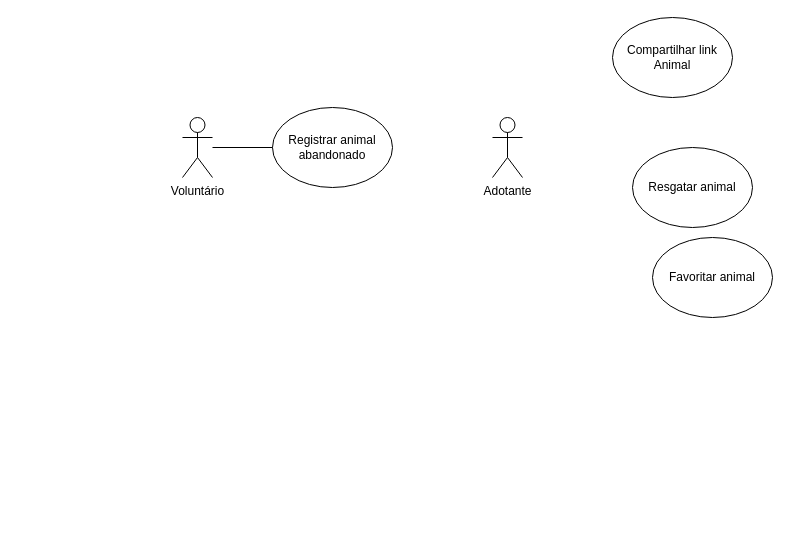
Above: diagrama de caso de uso.drawio in JoaoGans/DRAW.tcc (draw.io), before the change. Source tidied: cells renumbered, new cells numbered last; positions are measured from the earlier drawing's top-left corner, leaving out a move shared by most shapes. Both pictures are drawn from the tidied source at 100%, with x=0, y=0 at pixel (182, 17).
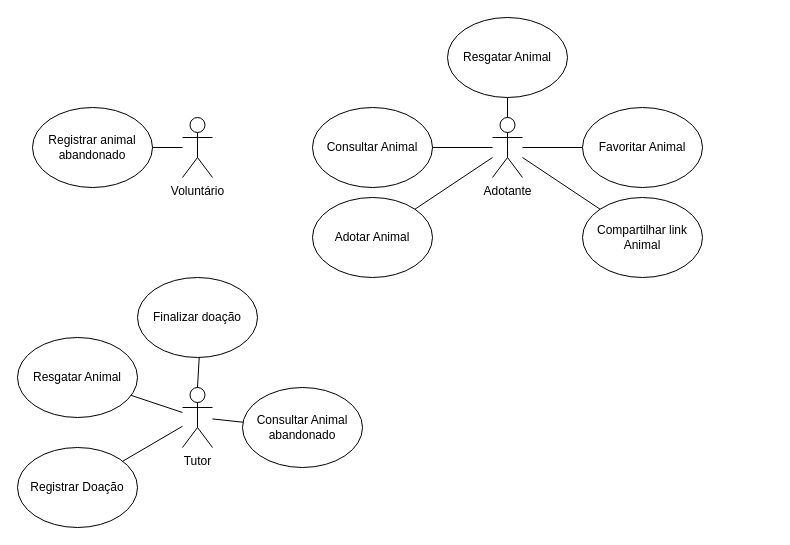
Above is the later version.

Unchanged cells that the change refers to:
```xml
<mxCell id="5" value="Adotante" style="shape=umlActor;verticalLabelPosition=bottom;verticalAlign=top;html=1;outlineConnect=0;" parent="1" vertex="1">
  <mxGeometry x="310" y="100" width="30" height="60" as="geometry" />
</mxCell>
```

Diff of the diagram source:
```diff
@@
     <mxCell id="3" value="Registrar animal abandonado" style="ellipse;whiteSpace=wrap;html=1;" parent="1" vertex="1">
-      <mxGeometry x="90" y="90" width="120" height="80" as="geometry" />
+      <mxGeometry x="-150" y="90" width="120" height="80" as="geometry" />
     </mxCell>
@@
-    <mxCell id="6" value="Resgatar animal" style="ellipse;whiteSpace=wrap;html=1;" parent="1" vertex="1">
-      <mxGeometry x="450" y="130" width="120" height="80" as="geometry" />
+    <mxCell id="6" value="Resgatar Animal" style="ellipse;whiteSpace=wrap;html=1;" parent="1" vertex="1">
+      <mxGeometry x="265" width="120" height="80" as="geometry" />
     </mxCell>
-    <mxCell id="7" value="Favoritar animal" style="ellipse;whiteSpace=wrap;html=1;" parent="1" vertex="1">
-      <mxGeometry x="470" y="220" width="120" height="80" as="geometry" />
+    <mxCell id="7" value="Favoritar Animal" style="ellipse;whiteSpace=wrap;html=1;" parent="1" vertex="1">
+      <mxGeometry x="400" y="90" width="120" height="80" as="geometry" />
     </mxCell>
     <mxCell id="8" value="Compartilhar link Animal" style="ellipse;whiteSpace=wrap;html=1;" parent="1" vertex="1">
-      <mxGeometry x="430" width="120" height="80" as="geometry" />
+      <mxGeometry x="400" y="180" width="120" height="80" as="geometry" />
     </mxCell>
+    <mxCell id="9" value="Consultar Animal" style="ellipse;whiteSpace=wrap;html=1;" parent="1" vertex="1">
+      <mxGeometry x="130" y="90" width="120" height="80" as="geometry" />
+    </mxCell>
+    <mxCell id="10" value="Adotar Animal" style="ellipse;whiteSpace=wrap;html=1;" parent="1" vertex="1">
+      <mxGeometry x="130" y="180" width="120" height="80" as="geometry" />
+    </mxCell>
+    <mxCell id="11" style="endArrow=none;html=1;rounded=0;" parent="1" edge="1" source="6" target="5">
+      <mxGeometry relative="1" as="geometry" />
+    </mxCell>
+    <mxCell id="12" style="endArrow=none;html=1;rounded=0;" parent="1" edge="1" source="8" target="5">
+      <mxGeometry relative="1" as="geometry" />
+    </mxCell>
+    <mxCell id="13" style="endArrow=none;html=1;rounded=0;" parent="1" edge="1" source="10" target="5">
+      <mxGeometry relative="1" as="geometry" />
+    </mxCell>
+    <mxCell id="14" style="endArrow=none;html=1;rounded=0;" parent="1" edge="1" source="7" target="5">
+      <mxGeometry relative="1" as="geometry" />
+    </mxCell>
+    <mxCell id="15" style="endArrow=none;html=1;rounded=0;" parent="1" edge="1" source="9" target="5">
+      <mxGeometry relative="1" as="geometry" />
+    </mxCell>
+    <mxCell id="16" value="Tutor" style="shape=umlActor;verticalLabelPosition=bottom;verticalAlign=top;html=1;outlineConnect=0;" parent="1" vertex="1">
+      <mxGeometry y="370" width="30" height="60" as="geometry" />
+    </mxCell>
+    <mxCell id="17" value="Finalizar doação" style="ellipse;whiteSpace=wrap;html=1;" parent="1" vertex="1">
+      <mxGeometry x="-45" y="260" width="120" height="80" as="geometry" />
+    </mxCell>
+    <mxCell id="18" value="Resgatar Animal" style="ellipse;whiteSpace=wrap;html=1;" parent="1" vertex="1">
+      <mxGeometry x="-165" y="320" width="120" height="80" as="geometry" />
+    </mxCell>
+    <mxCell id="19" value="Registrar Doação" style="ellipse;whiteSpace=wrap;html=1;" parent="1" vertex="1">
+      <mxGeometry x="-165" y="430" width="120" height="80" as="geometry" />
+    </mxCell>
+    <mxCell id="20" value="Consultar Animal abandonado" style="ellipse;whiteSpace=wrap;html=1;" parent="1" vertex="1">
+      <mxGeometry x="60" y="370" width="120" height="80" as="geometry" />
+    </mxCell>
+    <mxCell id="21" style="endArrow=none;html=1;rounded=0;" parent="1" edge="1" source="17" target="16">
+      <mxGeometry relative="1" as="geometry" />
+    </mxCell>
+    <mxCell id="22" style="endArrow=none;html=1;rounded=0;" parent="1" edge="1" source="18" target="16">
+      <mxGeometry relative="1" as="geometry" />
+    </mxCell>
+    <mxCell id="23" style="endArrow=none;html=1;rounded=0;" parent="1" edge="1" source="19" target="16">
+      <mxGeometry relative="1" as="geometry" />
+    </mxCell>
+    <mxCell id="24" style="endArrow=none;html=1;rounded=0;" parent="1" edge="1" source="20" target="16">
+      <mxGeometry relative="1" as="geometry" />
+    </mxCell>
```
